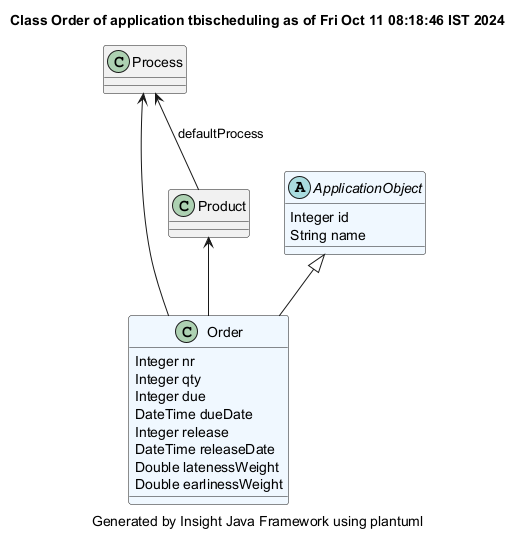
Before: demonstrator/tbischeduling/site/plantuml/Order.png, a diagram exported from PlantUML (hsimonis/schedulingtraining).
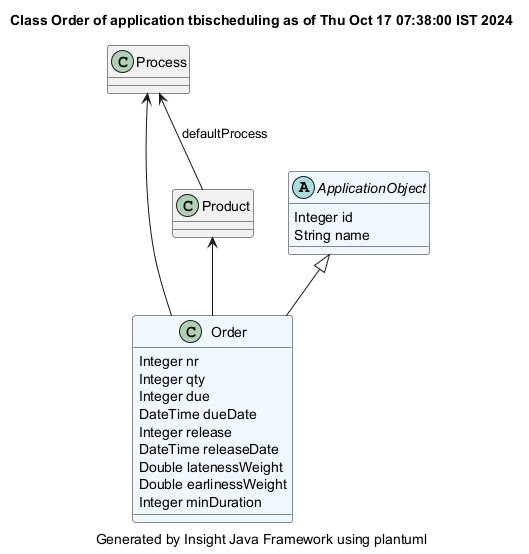
Later version of the same file.

Change to the diagram source:
```diff
@@ -1,5 +1,5 @@
 @startuml
-title Class Order of application tbischeduling as of Fri Oct 11 08:18:46 IST 2024
+title Class Order of application tbischeduling as of Thu Oct 17 07:38:00 IST 2024
 caption Generated by Insight Java Framework using plantuml
 class Order #aliceblue
 Order : Integer nr
@@ -10,6 +10,7 @@
 Order : DateTime releaseDate
 Order : Double latenessWeight
 Order : Double earlinessWeight
+Order : Integer minDuration
 
 Product  <-- Order
 class Product
```
